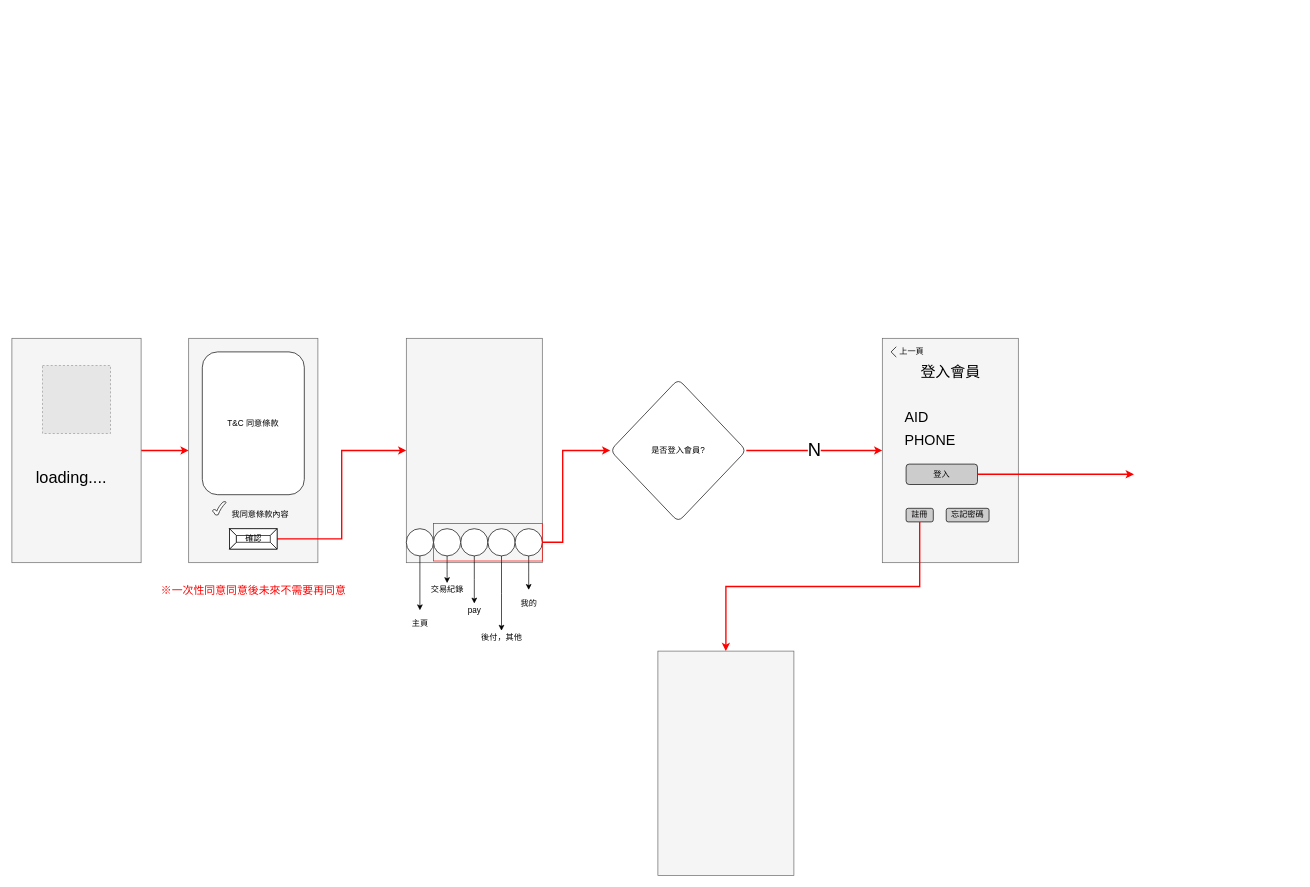
Before: 未命名圖表.drawio in ChihLin8168/newDrawio, a draw.io diagram. Source tidied: cells renumbered, new cells numbered last; positions are measured from the earlier drawing's top-left corner, leaving out a move shared by most shapes. Both pictures are drawn from the tidied source at 68%, with x=0, y=0 at pixel (12, 338). Pictures stored in the file or linked from it are replaced by grey dashed boxes.
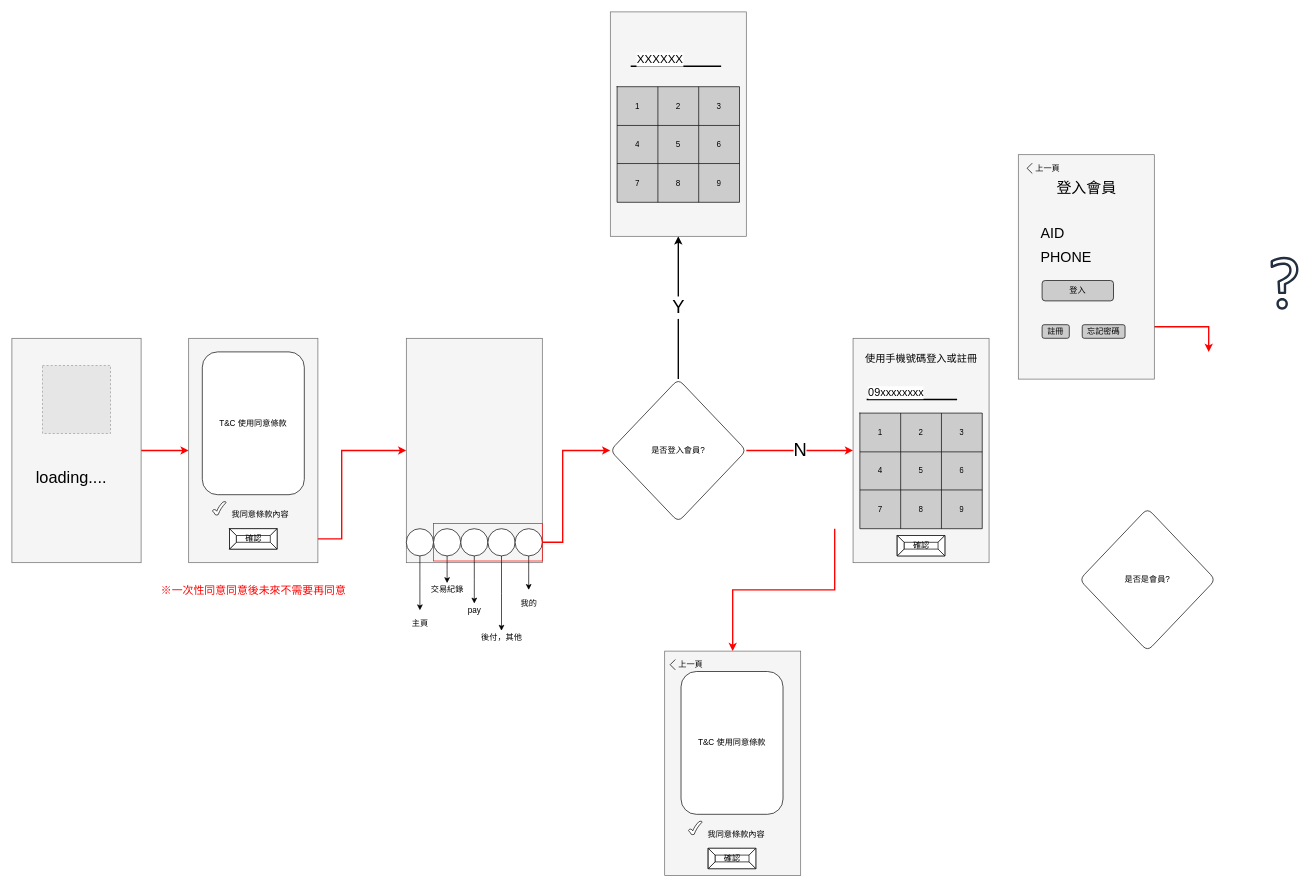
Above is the later version.

Commit message (it also covers changes not shown here):
更新未命名圖表.drawio

The change refers to these unchanged cells:
```xml
<mxCell id="33" value="是否登入會員?" style="rhombus;whiteSpace=wrap;html=1;rounded=1;glass=0;sketch=0;strokeColor=default;strokeWidth=1;fillColor=default;gradientDirection=south;" parent="1" vertex="1">
  <mxGeometry x="880" y="60" width="200" height="210" as="geometry" />
</mxCell>
```

Change to the diagram source:
```diff
@@
-    <mxCell id="6" style="rounded=0;whiteSpace=wrap;html=1;strokeColor=#666666;fillColor=#f5f5f5;fontColor=#333333;" parent="1" vertex="1">
-      <mxGeometry x="260" width="190" height="330" as="geometry" />
-    </mxCell>
-    <mxCell id="7" value="T&amp;amp;C 同意條款" style="rounded=1;whiteSpace=wrap;html=1;sketch=0;strokeColor=default;strokeWidth=1;fillColor=default;fillStyle=auto;glass=0;" parent="1" vertex="1">
-      <mxGeometry x="280" y="20" width="150" height="210" as="geometry" />
-    </mxCell>
-    <mxCell id="8" style="verticalLabelPosition=bottom;verticalAlign=top;html=1;shape=mxgraph.basic.tick;rounded=1;glass=0;sketch=0;strokeColor=default;strokeWidth=1;fillColor=default;gradientDirection=south;" parent="1" vertex="1">
-      <mxGeometry x="295" y="240" width="20" height="20" as="geometry" />
-    </mxCell>
-    <mxCell id="9" value="我同意條款內容" style="text;html=1;align=center;verticalAlign=middle;strokeColor=none;fillColor=none;" parent="1" vertex="1">
-      <mxGeometry x="315" y="250" width="100" height="20" as="geometry" />
-    </mxCell>
@@
-    <mxCell id="11" value="確認" style="labelPosition=center;verticalLabelPosition=middle;align=center;html=1;shape=mxgraph.basic.button;dx=10;rounded=1;glass=0;sketch=0;strokeColor=default;strokeWidth=1;fillColor=default;gradientDirection=south;" parent="1" vertex="1">
-      <mxGeometry x="320" y="280" width="70" height="30" as="geometry" />
-    </mxCell>
@@
-    <mxCell id="32" value="&lt;font style=&quot;font-size: 27px&quot;&gt;N&lt;/font&gt;" style="rounded=0;jettySize=auto;html=1;strokeColor=#FF0000;strokeWidth=2;" parent="1" edge="1" source="33" target="36">
+    <mxCell id="32" value="&lt;font style=&quot;font-size: 27px&quot;&gt;N&lt;/font&gt;" style="rounded=0;jettySize=auto;html=1;strokeColor=#FF0000;strokeWidth=2;" parent="1" edge="1" source="33" target="59">
       <mxGeometry relative="1" as="geometry" />
     </mxCell>
+    <mxCell id="48" value="&lt;font style=&quot;font-size: 27px&quot;&gt;Y&lt;/font&gt;" style="edgeStyle=elbowEdgeStyle;rounded=0;jettySize=auto;elbow=vertical;html=1;strokeColor=#000000;strokeWidth=2;" parent="1" edge="1" source="33" target="77">
+      <mxGeometry relative="1" as="geometry" />
+    </mxCell>
@@
-    <mxCell id="34" style="rounded=0;whiteSpace=wrap;html=1;strokeColor=#666666;fillColor=#f5f5f5;fontColor=#333333;" parent="1" vertex="1">
-      <mxGeometry x="950" y="460" width="200" height="330" as="geometry" />
-    </mxCell>
-    <mxCell id="35" style="group;" parent="1" vertex="1">
-      <mxGeometry x="1280" width="200" height="330" as="geometry" />
-    </mxCell>
+    <mxCell id="46" style="edgeStyle=elbowEdgeStyle;rounded=0;jettySize=auto;html=1;strokeColor=#FF0000;strokeWidth=2;elbow=vertical;" parent="1" edge="1" target="51">
+      <mxGeometry relative="1" as="geometry">
+        <mxPoint x="1210" y="280" as="sourcePoint" />
+      </mxGeometry>
+    </mxCell>
+    <mxCell id="47" style="edgeStyle=elbowEdgeStyle;rounded=0;jettySize=auto;elbow=vertical;html=1;strokeColor=#FF0000;strokeWidth=2;" parent="1" edge="1" source="42">
+      <mxGeometry relative="1" as="geometry">
+        <mxPoint x="1760" y="20" as="targetPoint" />
+      </mxGeometry>
+    </mxCell>
+    <mxCell id="49" style="sketch=0;fontColor=#232F3E;gradientColor=none;fillColor=#232F3E;strokeColor=none;dashed=0;verticalLabelPosition=bottom;verticalAlign=top;align=center;html=1;fontSize=12;fontStyle=0;shape=mxgraph.aws4.question;rounded=0;glass=0;" parent="1" vertex="1">
+      <mxGeometry x="1851" y="-120" width="41" height="78" as="geometry" />
+    </mxCell>
+    <mxCell id="50" style="group;" parent="1" vertex="1">
+      <mxGeometry x="260" width="190" height="330" as="geometry" />
+    </mxCell>
+    <mxCell id="6" style="rounded=0;whiteSpace=wrap;html=1;strokeColor=#666666;fillColor=#f5f5f5;fontColor=#333333;" parent="50" vertex="1">
+      <mxGeometry width="190" height="330" as="geometry" />
+    </mxCell>
+    <mxCell id="7" value="T&amp;amp;C 使用同意條款" style="rounded=1;whiteSpace=wrap;html=1;sketch=0;strokeColor=default;strokeWidth=1;fillColor=default;fillStyle=auto;glass=0;" parent="50" vertex="1">
+      <mxGeometry x="20" y="20" width="150" height="210" as="geometry" />
+    </mxCell>
+    <mxCell id="8" style="verticalLabelPosition=bottom;verticalAlign=top;html=1;shape=mxgraph.basic.tick;rounded=1;glass=0;sketch=0;strokeColor=default;strokeWidth=1;fillColor=default;gradientDirection=south;" parent="50" vertex="1">
+      <mxGeometry x="35" y="240" width="20" height="20" as="geometry" />
+    </mxCell>
+    <mxCell id="9" value="我同意條款內容" style="text;html=1;align=center;verticalAlign=middle;strokeColor=none;fillColor=none;" parent="50" vertex="1">
+      <mxGeometry x="55" y="250" width="100" height="20" as="geometry" />
+    </mxCell>
+    <mxCell id="11" value="確認" style="labelPosition=center;verticalLabelPosition=middle;align=center;html=1;shape=mxgraph.basic.button;dx=10;rounded=1;glass=0;sketch=0;strokeColor=default;strokeWidth=1;fillColor=default;gradientDirection=south;" parent="50" vertex="1">
+      <mxGeometry x="60" y="280" width="70" height="30" as="geometry" />
+    </mxCell>
+    <mxCell id="51" style="rounded=0;whiteSpace=wrap;html=1;strokeColor=#666666;fillColor=#f5f5f5;fontColor=#333333;" parent="1" vertex="1">
+      <mxGeometry x="960" y="460" width="200" height="330" as="geometry" />
+    </mxCell>
+    <mxCell id="52" value="T&amp;amp;C 使用同意條款" style="rounded=1;whiteSpace=wrap;html=1;sketch=0;strokeColor=default;strokeWidth=1;fillColor=default;fillStyle=auto;glass=0;" parent="1" vertex="1">
+      <mxGeometry x="984" y="490" width="150" height="210" as="geometry" />
+    </mxCell>
+    <mxCell id="53" style="verticalLabelPosition=bottom;verticalAlign=top;html=1;shape=mxgraph.basic.tick;rounded=1;glass=0;sketch=0;strokeColor=default;strokeWidth=1;fillColor=default;gradientDirection=south;" parent="1" vertex="1">
+      <mxGeometry x="995" y="710" width="20" height="20" as="geometry" />
+    </mxCell>
+    <mxCell id="54" value="我同意條款內容" style="text;html=1;align=center;verticalAlign=middle;strokeColor=none;fillColor=none;" parent="1" vertex="1">
+      <mxGeometry x="1015" y="720" width="100" height="20" as="geometry" />
+    </mxCell>
+    <mxCell id="55" value="確認" style="labelPosition=center;verticalLabelPosition=middle;align=center;html=1;shape=mxgraph.basic.button;dx=10;rounded=1;glass=0;sketch=0;strokeColor=default;strokeWidth=1;fillColor=default;gradientDirection=south;" parent="1" vertex="1">
+      <mxGeometry x="1024" y="750" width="70" height="30" as="geometry" />
+    </mxCell>
+    <mxCell id="56" style="group;" parent="1" vertex="1">
+      <mxGeometry x="968" y="470" width="55.1" height="20" as="geometry" />
+    </mxCell>
+    <mxCell id="57" style="shape=partialRectangle;whiteSpace=wrap;html=1;top=0;left=0;fillColor=none;rounded=1;glass=0;sketch=0;strokeColor=#000000;strokeWidth=1;rotation=-225;" parent="56" vertex="1">
+      <mxGeometry x="2.1" y="5" width="10" height="10" as="geometry" />
+    </mxCell>
+    <mxCell id="58" value="上一頁" style="text;html=1;align=center;verticalAlign=middle;strokeColor=none;fillColor=none;" parent="56" vertex="1">
+      <mxGeometry x="5.1" width="50" height="20" as="geometry" />
+    </mxCell>
+    <mxCell id="59" style="rounded=0;whiteSpace=wrap;html=1;strokeColor=#666666;fillColor=#f5f5f5;fontColor=#333333;" parent="1" vertex="1">
+      <mxGeometry x="1237" width="200" height="330" as="geometry" />
+    </mxCell>
+    <mxCell id="60" value="&lt;font style=&quot;font-size: 15px&quot;&gt;使用手機號碼登入或註冊&lt;/font&gt;" style="text;html=1;align=center;verticalAlign=middle;strokeColor=none;fillColor=none;" parent="1" vertex="1">
+      <mxGeometry x="1247" y="20" width="180" height="20" as="geometry" />
+    </mxCell>
+    <mxCell id="61" value="&lt;font style=&quot;font-size: 16px&quot;&gt;09xxxxxxxx&lt;/font&gt;" style="endArrow=none;html=1;strokeColor=#000000;strokeWidth=2;" parent="1" edge="1">
+      <mxGeometry x="-0.35" y="10" relative="1" as="geometry">
+        <mxPoint x="1257" y="90" as="sourcePoint" />
+        <mxPoint x="1390" y="90" as="targetPoint" />
+      </mxGeometry>
+    </mxCell>
+    <mxCell id="62" style="shape=table;html=1;whiteSpace=wrap;startSize=0;childLayout=tableLayout;rounded=1;glass=0;sketch=0;strokeColor=default;strokeWidth=1;fillColor=#CCCCCC;gradientDirection=south;" parent="1" vertex="1">
+      <mxGeometry x="1247" y="110" width="180" height="170" as="geometry" />
+    </mxCell>
+    <mxCell id="63" style="shape=partialRectangle;html=1;whiteSpace=wrap;fillColor=none;top=0;left=0;bottom=0;right=0;" parent="62" vertex="1">
+      <mxGeometry width="180" height="57" as="geometry" />
+    </mxCell>
+    <mxCell id="64" value="1" style="shape=partialRectangle;html=1;whiteSpace=wrap;fillColor=none;top=0;left=0;bottom=0;right=0;overflow=hidden;" parent="63" vertex="1">
+      <mxGeometry width="60" height="57" as="geometry" />
+    </mxCell>
+    <mxCell id="65" value="2" style="shape=partialRectangle;html=1;whiteSpace=wrap;fillColor=none;top=0;left=0;bottom=0;right=0;overflow=hidden;" parent="63" vertex="1">
+      <mxGeometry x="60" width="60" height="57" as="geometry" />
+    </mxCell>
+    <mxCell id="66" value="3" style="shape=partialRectangle;html=1;whiteSpace=wrap;fillColor=none;top=0;left=0;bottom=0;right=0;overflow=hidden;" parent="63" vertex="1">
+      <mxGeometry x="120" width="60" height="57" as="geometry" />
+    </mxCell>
+    <mxCell id="67" style="shape=partialRectangle;html=1;whiteSpace=wrap;fillColor=none;top=0;left=0;bottom=0;right=0;" parent="62" vertex="1">
+      <mxGeometry y="57" width="180" height="56" as="geometry" />
+    </mxCell>
+    <mxCell id="68" value="4" style="shape=partialRectangle;html=1;whiteSpace=wrap;fillColor=none;top=0;left=0;bottom=0;right=0;overflow=hidden;" parent="67" vertex="1">
+      <mxGeometry width="60" height="56" as="geometry" />
+    </mxCell>
+    <mxCell id="69" value="5" style="shape=partialRectangle;html=1;whiteSpace=wrap;fillColor=none;top=0;left=0;bottom=0;right=0;overflow=hidden;" parent="67" vertex="1">
+      <mxGeometry x="60" width="60" height="56" as="geometry" />
+    </mxCell>
+    <mxCell id="70" value="6" style="shape=partialRectangle;html=1;whiteSpace=wrap;fillColor=none;top=0;left=0;bottom=0;right=0;overflow=hidden;" parent="67" vertex="1">
+      <mxGeometry x="120" width="60" height="56" as="geometry" />
+    </mxCell>
+    <mxCell id="71" style="shape=partialRectangle;html=1;whiteSpace=wrap;fillColor=none;top=0;left=0;bottom=0;right=0;" parent="62" vertex="1">
+      <mxGeometry y="113" width="180" height="57" as="geometry" />
+    </mxCell>
+    <mxCell id="72" value="7" style="shape=partialRectangle;html=1;whiteSpace=wrap;fillColor=none;top=0;left=0;bottom=0;right=0;overflow=hidden;" parent="71" vertex="1">
+      <mxGeometry width="60" height="57" as="geometry" />
+    </mxCell>
+    <mxCell id="73" value="8" style="shape=partialRectangle;html=1;whiteSpace=wrap;fillColor=none;top=0;left=0;bottom=0;right=0;overflow=hidden;" parent="71" vertex="1">
+      <mxGeometry x="60" width="60" height="57" as="geometry" />
+    </mxCell>
+    <mxCell id="74" value="9" style="shape=partialRectangle;html=1;whiteSpace=wrap;fillColor=none;top=0;left=0;bottom=0;right=0;overflow=hidden;" parent="71" vertex="1">
+      <mxGeometry x="120" width="60" height="57" as="geometry" />
+    </mxCell>
+    <mxCell id="75" value="確認" style="labelPosition=center;verticalLabelPosition=middle;align=center;html=1;shape=mxgraph.basic.button;dx=10;rounded=1;glass=0;sketch=0;strokeColor=default;strokeWidth=1;fillColor=default;gradientDirection=south;" parent="1" vertex="1">
+      <mxGeometry x="1302" y="290" width="70" height="30" as="geometry" />
+    </mxCell>
+    <mxCell id="76" value="是否是會員?" style="rhombus;whiteSpace=wrap;html=1;rounded=1;glass=0;sketch=0;strokeColor=default;strokeWidth=1;fillColor=default;gradientDirection=south;" parent="1" vertex="1">
+      <mxGeometry x="1570" y="250" width="200" height="210" as="geometry" />
+    </mxCell>
-    <mxCell id="36" style="rounded=0;whiteSpace=wrap;html=1;strokeColor=#666666;fillColor=#f5f5f5;fontColor=#333333;" parent="35" vertex="1">
-      <mxGeometry width="200" height="330" as="geometry" />
+    <mxCell id="36" style="rounded=0;whiteSpace=wrap;html=1;strokeColor=#666666;fillColor=#f5f5f5;fontColor=#333333;" parent="1" vertex="1">
+      <mxGeometry x="1480" y="-270" width="200" height="330" as="geometry" />
     </mxCell>
-    <mxCell id="37" style="group;" parent="35" vertex="1">
-      <mxGeometry x="12.9" y="10" width="55.1" height="20" as="geometry" />
+    <mxCell id="37" style="group;" parent="1" vertex="1">
+      <mxGeometry x="1492.9" y="-260" width="55.1" height="20" as="geometry" />
     </mxCell>
@@
-    <mxCell id="40" value="&lt;font style=&quot;font-size: 21px&quot;&gt;AID&lt;/font&gt;" style="text;html=1;align=center;verticalAlign=middle;strokeColor=none;fillColor=none;rounded=0;" parent="35" vertex="1">
-      <mxGeometry x="25" y="105" width="50" height="20" as="geometry" />
+    <mxCell id="40" value="&lt;font style=&quot;font-size: 21px&quot;&gt;AID&lt;/font&gt;" style="text;html=1;align=center;verticalAlign=middle;strokeColor=none;fillColor=none;rounded=0;" parent="1" vertex="1">
+      <mxGeometry x="1505" y="-165" width="50" height="20" as="geometry" />
     </mxCell>
-    <mxCell id="41" value="&lt;span style=&quot;font-size: 21px&quot;&gt;PHONE&lt;/span&gt;" style="text;html=1;align=center;verticalAlign=middle;strokeColor=none;fillColor=none;rounded=0;" parent="35" vertex="1">
-      <mxGeometry x="25" y="140" width="90" height="20" as="geometry" />
+    <mxCell id="41" value="&lt;span style=&quot;font-size: 21px&quot;&gt;PHONE&lt;/span&gt;" style="text;html=1;align=center;verticalAlign=middle;strokeColor=none;fillColor=none;rounded=0;" parent="1" vertex="1">
+      <mxGeometry x="1505" y="-130" width="90" height="20" as="geometry" />
     </mxCell>
-    <mxCell id="42" value="登入" style="rounded=1;whiteSpace=wrap;html=1;glass=0;sketch=0;strokeColor=default;strokeWidth=1;fillColor=#CCCCCC;gradientDirection=south;" parent="35" vertex="1">
-      <mxGeometry x="35" y="185" width="105" height="30" as="geometry" />
+    <mxCell id="42" value="登入" style="rounded=1;whiteSpace=wrap;html=1;glass=0;sketch=0;strokeColor=default;strokeWidth=1;fillColor=#CCCCCC;gradientDirection=south;" parent="1" vertex="1">
+      <mxGeometry x="1515" y="-85" width="105" height="30" as="geometry" />
     </mxCell>
-    <mxCell id="43" value="註冊" style="rounded=1;whiteSpace=wrap;html=1;glass=0;sketch=0;strokeColor=default;strokeWidth=1;fillColor=#CCCCCC;gradientDirection=south;" parent="35" vertex="1">
-      <mxGeometry x="35" y="250" width="40" height="20" as="geometry" />
+    <mxCell id="43" value="註冊" style="rounded=1;whiteSpace=wrap;html=1;glass=0;sketch=0;strokeColor=default;strokeWidth=1;fillColor=#CCCCCC;gradientDirection=south;" parent="1" vertex="1">
+      <mxGeometry x="1515" y="-20" width="40" height="20" as="geometry" />
     </mxCell>
-    <mxCell id="44" value="忘記密碼" style="rounded=1;whiteSpace=wrap;html=1;glass=0;sketch=0;strokeColor=default;strokeWidth=1;fillColor=#CCCCCC;gradientDirection=south;" parent="35" vertex="1">
-      <mxGeometry x="94" y="250" width="63" height="20" as="geometry" />
+    <mxCell id="44" value="忘記密碼" style="rounded=1;whiteSpace=wrap;html=1;glass=0;sketch=0;strokeColor=default;strokeWidth=1;fillColor=#CCCCCC;gradientDirection=south;" parent="1" vertex="1">
+      <mxGeometry x="1574" y="-20" width="63" height="20" as="geometry" />
     </mxCell>
-    <mxCell id="45" value="&lt;font style=&quot;font-size: 22px&quot;&gt;登入會員&lt;/font&gt;" style="text;html=1;align=center;verticalAlign=middle;strokeColor=none;fillColor=none;" parent="35" vertex="1">
-      <mxGeometry x="50" y="40" width="100" height="20" as="geometry" />
+    <mxCell id="45" value="&lt;font style=&quot;font-size: 22px&quot;&gt;登入會員&lt;/font&gt;" style="text;html=1;align=center;verticalAlign=middle;strokeColor=none;fillColor=none;" parent="1" vertex="1">
+      <mxGeometry x="1530" y="-230" width="100" height="20" as="geometry" />
     </mxCell>
-    <mxCell id="46" style="edgeStyle=elbowEdgeStyle;rounded=0;jettySize=auto;html=1;strokeColor=#FF0000;strokeWidth=2;elbow=vertical;" parent="1" edge="1" source="43" target="34">
-      <mxGeometry relative="1" as="geometry" />
-    </mxCell>
-    <mxCell id="47" style="edgeStyle=elbowEdgeStyle;rounded=0;jettySize=auto;elbow=vertical;html=1;strokeColor=#FF0000;strokeWidth=2;" parent="1" edge="1" source="42">
-      <mxGeometry relative="1" as="geometry">
-        <mxPoint x="1650" y="200" as="targetPoint" />
-      </mxGeometry>
-    </mxCell>
+    <mxCell id="77" style="rounded=0;whiteSpace=wrap;html=1;strokeColor=#666666;fillColor=#f5f5f5;fontColor=#333333;" parent="1" vertex="1">
+      <mxGeometry x="880" y="-480" width="200" height="330" as="geometry" />
+    </mxCell>
+    <mxCell id="78" style="shape=table;html=1;whiteSpace=wrap;startSize=0;childLayout=tableLayout;rounded=1;glass=0;sketch=0;strokeColor=default;strokeWidth=1;fillColor=#CCCCCC;gradientDirection=south;" parent="1" vertex="1">
+      <mxGeometry x="890" y="-370" width="180" height="170" as="geometry" />
+    </mxCell>
+    <mxCell id="79" style="shape=partialRectangle;html=1;whiteSpace=wrap;fillColor=none;top=0;left=0;bottom=0;right=0;" parent="78" vertex="1">
+      <mxGeometry width="180" height="57" as="geometry" />
+    </mxCell>
+    <mxCell id="80" value="1" style="shape=partialRectangle;html=1;whiteSpace=wrap;fillColor=none;top=0;left=0;bottom=0;right=0;overflow=hidden;" parent="79" vertex="1">
+      <mxGeometry width="60" height="57" as="geometry" />
+    </mxCell>
+    <mxCell id="81" value="2" style="shape=partialRectangle;html=1;whiteSpace=wrap;fillColor=none;top=0;left=0;bottom=0;right=0;overflow=hidden;" parent="79" vertex="1">
+      <mxGeometry x="60" width="60" height="57" as="geometry" />
+    </mxCell>
+    <mxCell id="82" value="3" style="shape=partialRectangle;html=1;whiteSpace=wrap;fillColor=none;top=0;left=0;bottom=0;right=0;overflow=hidden;" parent="79" vertex="1">
+      <mxGeometry x="120" width="60" height="57" as="geometry" />
+    </mxCell>
+    <mxCell id="83" style="shape=partialRectangle;html=1;whiteSpace=wrap;fillColor=none;top=0;left=0;bottom=0;right=0;" parent="78" vertex="1">
+      <mxGeometry y="57" width="180" height="56" as="geometry" />
+    </mxCell>
+    <mxCell id="84" value="4" style="shape=partialRectangle;html=1;whiteSpace=wrap;fillColor=none;top=0;left=0;bottom=0;right=0;overflow=hidden;" parent="83" vertex="1">
+      <mxGeometry width="60" height="56" as="geometry" />
+    </mxCell>
+    <mxCell id="85" value="5" style="shape=partialRectangle;html=1;whiteSpace=wrap;fillColor=none;top=0;left=0;bottom=0;right=0;overflow=hidden;" parent="83" vertex="1">
+      <mxGeometry x="60" width="60" height="56" as="geometry" />
+    </mxCell>
+    <mxCell id="86" value="6" style="shape=partialRectangle;html=1;whiteSpace=wrap;fillColor=none;top=0;left=0;bottom=0;right=0;overflow=hidden;" parent="83" vertex="1">
+      <mxGeometry x="120" width="60" height="56" as="geometry" />
+    </mxCell>
+    <mxCell id="87" style="shape=partialRectangle;html=1;whiteSpace=wrap;fillColor=none;top=0;left=0;bottom=0;right=0;" parent="78" vertex="1">
+      <mxGeometry y="113" width="180" height="57" as="geometry" />
+    </mxCell>
+    <mxCell id="88" value="7" style="shape=partialRectangle;html=1;whiteSpace=wrap;fillColor=none;top=0;left=0;bottom=0;right=0;overflow=hidden;" parent="87" vertex="1">
+      <mxGeometry width="60" height="57" as="geometry" />
+    </mxCell>
+    <mxCell id="89" value="8" style="shape=partialRectangle;html=1;whiteSpace=wrap;fillColor=none;top=0;left=0;bottom=0;right=0;overflow=hidden;" parent="87" vertex="1">
+      <mxGeometry x="60" width="60" height="57" as="geometry" />
+    </mxCell>
+    <mxCell id="90" value="9" style="shape=partialRectangle;html=1;whiteSpace=wrap;fillColor=none;top=0;left=0;bottom=0;right=0;overflow=hidden;" parent="87" vertex="1">
+      <mxGeometry x="120" width="60" height="57" as="geometry" />
+    </mxCell>
+    <mxCell id="91" value="&lt;font style=&quot;font-size: 17px&quot;&gt;XXXXXX&lt;/font&gt;" style="endArrow=none;html=1;strokeColor=#000000;strokeWidth=2;" parent="1" edge="1">
+      <mxGeometry x="-0.35" y="10" relative="1" as="geometry">
+        <mxPoint x="910" y="-400" as="sourcePoint" />
+        <mxPoint x="1043" y="-400" as="targetPoint" />
+      </mxGeometry>
+    </mxCell>
```
